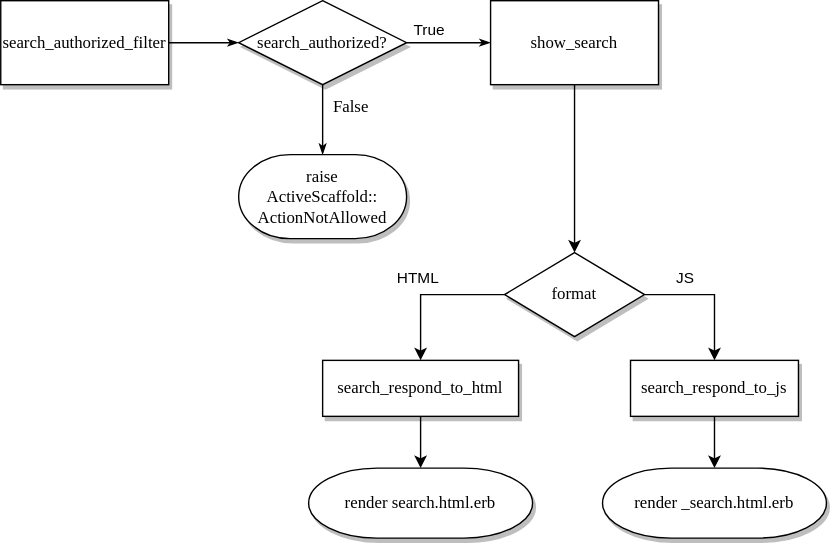
This is diagrams/show_search.drawio.svg from activescaffold/active_scaffold, a draw.io export, as it was before one commit. Source tidied: cells renumbered, new cells last; positions are measured from the earlier drawing's top-left corner, leaving out a move shared by most shapes.
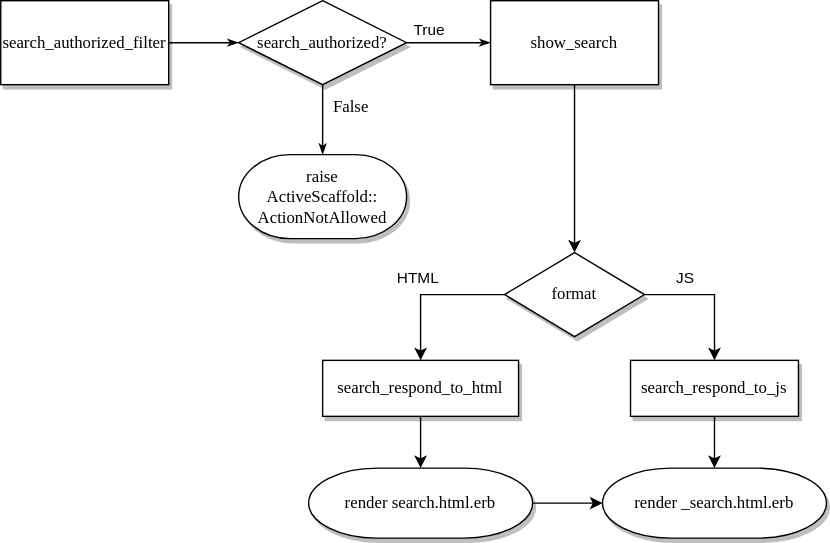
The same file after the commit.

Commit message:
update rendered views

What changed in the source:
```diff
@@ -65,6 +65,9 @@
     <mxCell id="20" value="render _search.html.erb" style="strokeWidth=1;html=1;shape=mxgraph.flowchart.terminator;whiteSpace=wrap;rounded=0;shadow=1;labelBackgroundColor=none;fontFamily=Verdana;fontSize=12;align=center;" parent="1" vertex="1">
       <mxGeometry x="430" y="334" width="160" height="50" as="geometry" />
     </mxCell>
+    <mxCell id="22" style="edgeStyle=none;html=1;" parent="1" edge="1" source="21" target="20">
+      <mxGeometry relative="1" as="geometry" />
+    </mxCell>
     <mxCell id="21" value="render search.html.erb" style="strokeWidth=1;html=1;shape=mxgraph.flowchart.terminator;whiteSpace=wrap;rounded=0;shadow=1;labelBackgroundColor=none;fontFamily=Verdana;fontSize=12;align=center;" parent="1" vertex="1">
       <mxGeometry x="220" y="334" width="160" height="50" as="geometry" />
     </mxCell>
```
